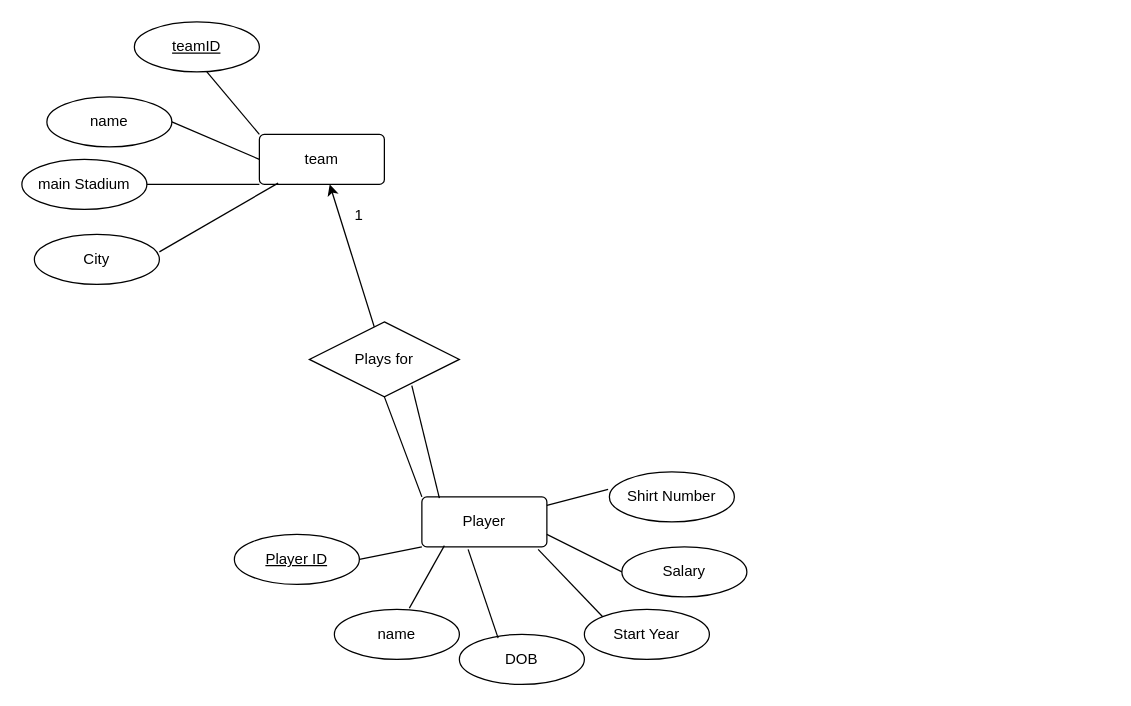
Earlier version of the draw.io diagram Untitled Diagram.drawio (alec202/CIS353ERDiagramAssignment). Source tidied: cells renumbered, new cells numbered last; positions are measured from the earlier drawing's top-left corner, leaving out a move shared by most shapes. Both pictures are drawn from the tidied source at 125%, with x=0, y=0 at pixel (21, 21).
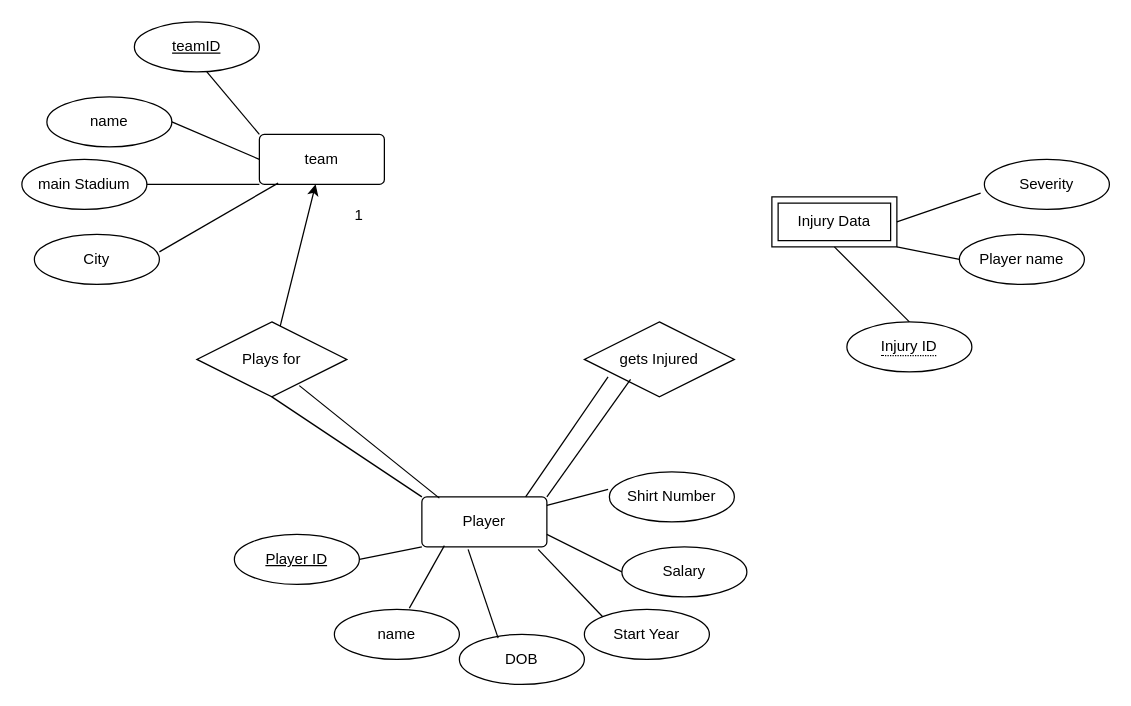
Above is the later version.

Unchanged cells that the change refers to:
```xml
<mxCell id="11" value="Player" style="rounded=1;arcSize=10;whiteSpace=wrap;html=1;align=center;" parent="1" vertex="1">
  <mxGeometry x="320" y="380" width="100" height="40" as="geometry" />
</mxCell>
```

What changed in the source:
```diff
@@
     <mxCell id="13" value="Plays for" style="shape=rhombus;perimeter=rhombusPerimeter;whiteSpace=wrap;html=1;align=center;" parent="1" vertex="1">
-      <mxGeometry x="230" y="240" width="120" height="60" as="geometry" />
+      <mxGeometry x="140" y="240" width="120" height="60" as="geometry" />
     </mxCell>
@@
+    <mxCell id="29" value="Injury Data" style="shape=ext;margin=3;double=1;whiteSpace=wrap;html=1;align=center;" parent="1" vertex="1">
+      <mxGeometry x="600" y="140" width="100" height="40" as="geometry" />
+    </mxCell>
+    <mxCell id="30" value="&lt;span style=&quot;border-bottom: 1px dotted&quot;&gt;Injury ID&lt;/span&gt;" style="ellipse;whiteSpace=wrap;html=1;align=center;" parent="1" vertex="1">
+      <mxGeometry x="660" y="240" width="100" height="40" as="geometry" />
+    </mxCell>
+    <mxCell id="31" style="endArrow=none;html=1;rounded=0;entryX=0.5;entryY=1;entryDx=0;entryDy=0;exitX=0.5;exitY=0;exitDx=0;exitDy=0;" parent="1" edge="1" source="30" target="29">
+      <mxGeometry relative="1" as="geometry" />
+    </mxCell>
+    <mxCell id="32" value="Player name" style="ellipse;whiteSpace=wrap;html=1;align=center;" parent="1" vertex="1">
+      <mxGeometry x="750" y="170" width="100" height="40" as="geometry" />
+    </mxCell>
+    <mxCell id="33" style="endArrow=none;html=1;rounded=0;entryX=0;entryY=0.5;entryDx=0;entryDy=0;exitX=1;exitY=1;exitDx=0;exitDy=0;" parent="1" edge="1" source="29" target="32">
+      <mxGeometry relative="1" as="geometry" />
+    </mxCell>
+    <mxCell id="34" value="Severity" style="ellipse;whiteSpace=wrap;html=1;align=center;" parent="1" vertex="1">
+      <mxGeometry x="770" y="110" width="100" height="40" as="geometry" />
+    </mxCell>
+    <mxCell id="35" style="endArrow=none;html=1;rounded=0;entryX=-0.03;entryY=0.675;entryDx=0;entryDy=0;entryPerimeter=0;exitX=1;exitY=0.5;exitDx=0;exitDy=0;" parent="1" edge="1" source="29" target="34">
+      <mxGeometry relative="1" as="geometry" />
+    </mxCell>
+    <mxCell id="36" style="endArrow=none;html=1;rounded=0;entryX=0.158;entryY=0.733;entryDx=0;entryDy=0;entryPerimeter=0;exitX=0.83;exitY=0;exitDx=0;exitDy=0;exitPerimeter=0;" parent="1" edge="1" source="11" target="37">
+      <mxGeometry relative="1" as="geometry" />
+    </mxCell>
+    <mxCell id="37" value="gets Injured" style="shape=rhombus;perimeter=rhombusPerimeter;whiteSpace=wrap;html=1;align=center;" parent="1" vertex="1">
+      <mxGeometry x="450" y="240" width="120" height="60" as="geometry" />
+    </mxCell>
+    <mxCell id="38" style="endArrow=none;html=1;rounded=0;entryX=0.308;entryY=0.767;entryDx=0;entryDy=0;entryPerimeter=0;exitX=1;exitY=0;exitDx=0;exitDy=0;" parent="1" edge="1" source="11" target="37">
+      <mxGeometry relative="1" as="geometry" />
+    </mxCell>
```
